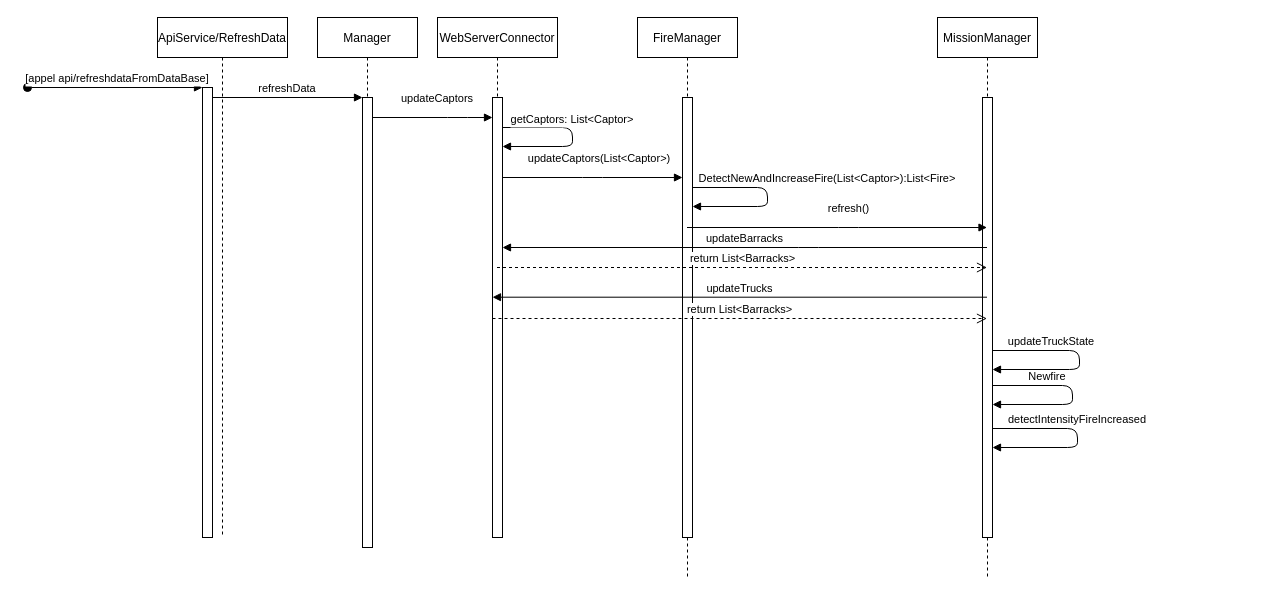
Before: UML/Diagramme de classe Simulator.drawio in Emile-Bergin/S7-ProjetScientifique, a draw.io diagram. Source tidied: cells renumbered, new cells numbered last; positions are measured from the earlier drawing's top-left corner, leaving out a move shared by most shapes. Both pictures are drawn from the tidied source at 100%, with x=0, y=0 at pixel (27, 17).
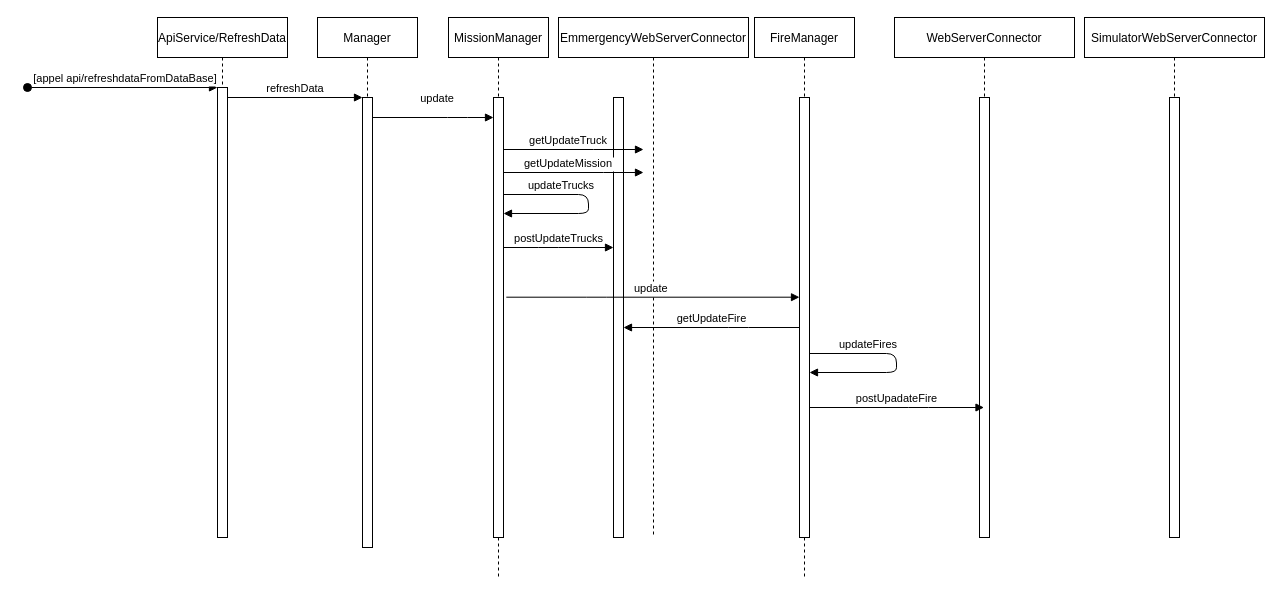
The same diagram, later.

The change refers to these unchanged cells:
```xml
<mxCell id="2" value="ApiService/RefreshData" style="shape=umlLifeline;perimeter=lifelinePerimeter;rounded=0;shadow=0;strokeWidth=1;" parent="1" vertex="1">
  <mxGeometry x="130" width="130" height="520" as="geometry" />
</mxCell>
<mxCell id="6" style="points=[];perimeter=orthogonalPerimeter;rounded=0;shadow=0;strokeWidth=1;" parent="5" vertex="1">
  <mxGeometry x="45" y="80" width="10" height="450" as="geometry" />
</mxCell>
<mxCell id="9" style="points=[];perimeter=orthogonalPerimeter;rounded=0;shadow=0;strokeWidth=1;" parent="8" vertex="1">
  <mxGeometry x="55" y="80" width="10" height="440" as="geometry" />
</mxCell>
<mxCell id="12" style="points=[];perimeter=orthogonalPerimeter;rounded=0;shadow=0;strokeWidth=1;" parent="11" vertex="1">
  <mxGeometry x="45" y="80" width="10" height="440" as="geometry" />
</mxCell>
<mxCell id="17" style="points=[];perimeter=orthogonalPerimeter;rounded=0;shadow=0;strokeWidth=1;" parent="16" vertex="1">
  <mxGeometry x="45" y="80" width="10" height="440" as="geometry" />
</mxCell>
```

Diff of the diagram source:
```diff
@@
     <mxCell id="3" style="points=[];perimeter=orthogonalPerimeter;rounded=0;shadow=0;strokeWidth=1;" parent="2" vertex="1">
-      <mxGeometry x="45" y="70" width="10" height="450" as="geometry" />
+      <mxGeometry x="60" y="70" width="10" height="450" as="geometry" />
     </mxCell>
@@
-    <mxCell id="8" value="WebServerConnector" style="shape=umlLifeline;perimeter=lifelinePerimeter;rounded=0;shadow=0;strokeWidth=1;" parent="1" vertex="1">
-      <mxGeometry x="410" width="120" height="520" as="geometry" />
+    <mxCell id="8" value="EmmergencyWebServerConnector" style="shape=umlLifeline;perimeter=lifelinePerimeter;rounded=0;shadow=0;strokeWidth=1;" parent="1" vertex="1">
+      <mxGeometry x="531" width="190" height="520" as="geometry" />
     </mxCell>
@@
-    <mxCell id="10" value="getCaptors: List&lt;Captor&gt;" style="verticalAlign=bottom;endArrow=block;shadow=0;strokeWidth=1;" parent="8" edge="1" source="9" target="9">
-      <mxGeometry x="-0.11" relative="1" as="geometry">
-        <Array as="points">
-          <mxPoint x="135" y="110" />
-          <mxPoint x="135" y="129" />
-        </Array>
-      </mxGeometry>
-    </mxCell>
-    <mxCell id="11" value="MissionManager" style="shape=umlLifeline;perimeter=lifelinePerimeter;rounded=0;shadow=0;strokeWidth=1;" parent="1" vertex="1">
-      <mxGeometry x="910" width="100" height="560" as="geometry" />
+    <mxCell id="11" value="FireManager" style="shape=umlLifeline;perimeter=lifelinePerimeter;rounded=0;shadow=0;strokeWidth=1;" parent="1" vertex="1">
+      <mxGeometry x="727" width="100" height="560" as="geometry" />
     </mxCell>
@@
-    <mxCell id="13" value="Newfire" style="verticalAlign=bottom;endArrow=block;shadow=0;strokeWidth=1;" parent="11" edge="1">
-      <mxGeometry x="-0.39" relative="1" as="geometry">
-        <mxPoint x="55" y="368" as="sourcePoint" />
-        <mxPoint x="55" y="387" as="targetPoint" />
-        <Array as="points">
-          <mxPoint x="135" y="368" />
-          <mxPoint x="135" y="387" />
-        </Array>
-      </mxGeometry>
-    </mxCell>
-    <mxCell id="14" value="detectIntensityFireIncreased" style="verticalAlign=bottom;endArrow=block;shadow=0;strokeWidth=1;" parent="11" edge="1">
-      <mxGeometry x="-0.1" relative="1" as="geometry">
-        <mxPoint x="55" y="411" as="sourcePoint" />
-        <mxPoint x="55" y="430" as="targetPoint" />
-        <Array as="points">
-          <mxPoint x="140" y="411" />
-          <mxPoint x="140" y="430" />
-        </Array>
-      </mxGeometry>
-    </mxCell>
-    <mxCell id="15" value="updateTruckState" style="verticalAlign=bottom;endArrow=block;shadow=0;strokeWidth=1;" parent="11" edge="1">
+    <mxCell id="15" value="updateFires" style="verticalAlign=bottom;endArrow=block;shadow=0;strokeWidth=1;" parent="11" edge="1" source="12" target="12">
       <mxGeometry x="-0.39" relative="1" as="geometry">
-        <mxPoint x="55" y="333" as="sourcePoint" />
-        <mxPoint x="55" y="352" as="targetPoint" />
         <Array as="points">
-          <mxPoint x="142" y="333" />
-          <mxPoint x="142" y="352" />
+          <mxPoint x="142" y="336" />
+          <mxPoint x="142" y="355" />
         </Array>
       </mxGeometry>
     </mxCell>
-    <mxCell id="16" value="FireManager" style="shape=umlLifeline;perimeter=lifelinePerimeter;rounded=0;shadow=0;strokeWidth=1;" parent="1" vertex="1">
-      <mxGeometry x="610" width="100" height="560" as="geometry" />
+    <mxCell id="16" value="MissionManager" style="shape=umlLifeline;perimeter=lifelinePerimeter;rounded=0;shadow=0;strokeWidth=1;" parent="1" vertex="1">
+      <mxGeometry x="421" width="100" height="560" as="geometry" />
     </mxCell>
@@
-    <mxCell id="18" value="DetectNewAndIncreaseFire(List&lt;Captor&gt;):List&lt;Fire&gt;" style="verticalAlign=bottom;endArrow=block;shadow=0;strokeWidth=1;" parent="16" edge="1" source="17" target="17">
-      <mxGeometry x="-0.11" y="60" relative="1" as="geometry">
-        <Array as="points">
-          <mxPoint x="130" y="170" />
-          <mxPoint x="130" y="189" />
-        </Array>
-      </mxGeometry>
-    </mxCell>
+    <mxCell id="21" value="updateTrucks" style="verticalAlign=bottom;endArrow=block;shadow=0;strokeWidth=1;" parent="16" edge="1" source="17" target="17">
+      <mxGeometry x="-0.39" relative="1" as="geometry">
+        <Array as="points">
+          <mxPoint x="140" y="177" />
+          <mxPoint x="140" y="196" />
+        </Array>
+      </mxGeometry>
+    </mxCell>
-    <mxCell id="19" value="updateCaptors" style="verticalAlign=bottom;endArrow=block;shadow=0;strokeWidth=1;" parent="1" edge="1" source="6" target="9">
+    <mxCell id="19" value="update" style="verticalAlign=bottom;endArrow=block;shadow=0;strokeWidth=1;" parent="1" edge="1" source="6" target="17">
       <mxGeometry x="0.08" y="10" relative="1" as="geometry">
         <Array as="points">
           <mxPoint x="430" y="100" />
         </Array>
       </mxGeometry>
     </mxCell>
-    <mxCell id="20" value="updateCaptors(List&lt;Captor&gt;)" style="verticalAlign=bottom;endArrow=block;shadow=0;strokeWidth=1;" parent="1" edge="1" source="9" target="17">
-      <mxGeometry x="0.08" y="10" relative="1" as="geometry">
-        <Array as="points">
-          <mxPoint x="565" y="160" />
-        </Array>
-      </mxGeometry>
-    </mxCell>
-    <mxCell id="21" value="updateTrucks" style="verticalAlign=bottom;endArrow=block;shadow=0;strokeWidth=1;" parent="1" edge="1" source="11">
-      <mxGeometry relative="1" as="geometry">
-        <mxPoint x="465" y="279.7" as="targetPoint" />
-      </mxGeometry>
-    </mxCell>
-    <mxCell id="22" value="return List&amp;lt;Barracks&amp;gt;" style="html=1;verticalAlign=bottom;endArrow=open;dashed=1;endSize=8;" parent="1" edge="1" source="8" target="11">
-      <mxGeometry relative="1" as="geometry">
-        <Array as="points">
-          <mxPoint x="561" y="250" />
-        </Array>
-      </mxGeometry>
-    </mxCell>
-    <mxCell id="23" value="return List&amp;lt;Barracks&amp;gt;" style="html=1;verticalAlign=bottom;endArrow=open;dashed=1;endSize=8;" parent="1" edge="1" target="11">
-      <mxGeometry relative="1" as="geometry">
-        <mxPoint x="465" y="301" as="sourcePoint" />
-      </mxGeometry>
-    </mxCell>
-    <mxCell id="24" value="refresh()" style="verticalAlign=bottom;endArrow=block;shadow=0;strokeWidth=1;" parent="1" edge="1" source="16" target="11">
-      <mxGeometry x="0.08" y="10" relative="1" as="geometry">
-        <Array as="points">
-          <mxPoint x="821" y="210" />
-        </Array>
-      </mxGeometry>
-    </mxCell>
-    <mxCell id="25" value="updateBarracks" style="verticalAlign=bottom;endArrow=block;shadow=0;strokeWidth=1;" parent="1" edge="1" source="11" target="9">
-      <mxGeometry relative="1" as="geometry">
-        <Array as="points">
-          <mxPoint x="781" y="230" />
-        </Array>
-      </mxGeometry>
-    </mxCell>
+    <mxCell id="26" value="getUpdateTruck" style="verticalAlign=bottom;endArrow=block;shadow=0;strokeWidth=1;" parent="1" edge="1">
+      <mxGeometry x="-0.07" relative="1" as="geometry">
+        <mxPoint x="476" y="132" as="sourcePoint" />
+        <mxPoint x="616" y="132" as="targetPoint" />
+        <Array as="points">
+          <mxPoint x="576" y="132" />
+        </Array>
+      </mxGeometry>
+    </mxCell>
+    <mxCell id="27" value="getUpdateMission" style="verticalAlign=bottom;endArrow=block;shadow=0;strokeWidth=1;" parent="1" edge="1">
+      <mxGeometry x="-0.07" relative="1" as="geometry">
+        <mxPoint x="476" y="155" as="sourcePoint" />
+        <mxPoint x="616" y="155" as="targetPoint" />
+        <Array as="points">
+          <mxPoint x="586" y="155" />
+        </Array>
+      </mxGeometry>
+    </mxCell>
+    <mxCell id="28" value="update" style="verticalAlign=bottom;endArrow=block;shadow=0;strokeWidth=1;" parent="1" edge="1" target="12">
+      <mxGeometry x="-0.01" relative="1" as="geometry">
+        <mxPoint x="478.8" y="279.7" as="sourcePoint" />
+        <Array as="points">
+          <mxPoint x="568.8" y="279.7" />
+        </Array>
+      </mxGeometry>
+    </mxCell>
+    <mxCell id="29" value="WebServerConnector" style="shape=umlLifeline;perimeter=lifelinePerimeter;rounded=0;shadow=0;strokeWidth=1;" parent="1" vertex="1">
+      <mxGeometry x="867" width="180" height="520" as="geometry" />
+    </mxCell>
+    <mxCell id="30" style="perimeter=orthogonalPerimeter;rounded=0;shadow=0;strokeWidth=1;" parent="29" vertex="1">
+      <mxGeometry x="85" y="80" width="10" height="440" as="geometry" />
+    </mxCell>
+    <mxCell id="31" value="postUpdateTrucks" style="html=1;verticalAlign=bottom;endArrow=block;" parent="1" edge="1" source="17" target="9">
+      <mxGeometry relative="1" as="geometry">
+        <Array as="points">
+          <mxPoint x="521" y="230" />
+        </Array>
+      </mxGeometry>
+    </mxCell>
+    <mxCell id="32" value="postUpadateFire" style="html=1;verticalAlign=bottom;endArrow=block;" parent="1" edge="1" source="12" target="29">
+      <mxGeometry relative="1" as="geometry">
+        <Array as="points">
+          <mxPoint x="891" y="390" />
+        </Array>
+      </mxGeometry>
+    </mxCell>
+    <mxCell id="33" value="getUpdateFire" style="html=1;verticalAlign=bottom;endArrow=block;" parent="1" edge="1" source="12" target="9">
+      <mxGeometry relative="1" as="geometry">
+        <Array as="points">
+          <mxPoint x="711" y="310" />
+        </Array>
+      </mxGeometry>
+    </mxCell>
+    <mxCell id="34" value="SimulatorWebServerConnector" style="shape=umlLifeline;perimeter=lifelinePerimeter;rounded=0;shadow=0;strokeWidth=1;" parent="1" vertex="1">
+      <mxGeometry x="1057" width="180" height="520" as="geometry" />
+    </mxCell>
+    <mxCell id="35" style="perimeter=orthogonalPerimeter;rounded=0;shadow=0;strokeWidth=1;" parent="34" vertex="1">
+      <mxGeometry x="85" y="80" width="10" height="440" as="geometry" />
+    </mxCell>
```
